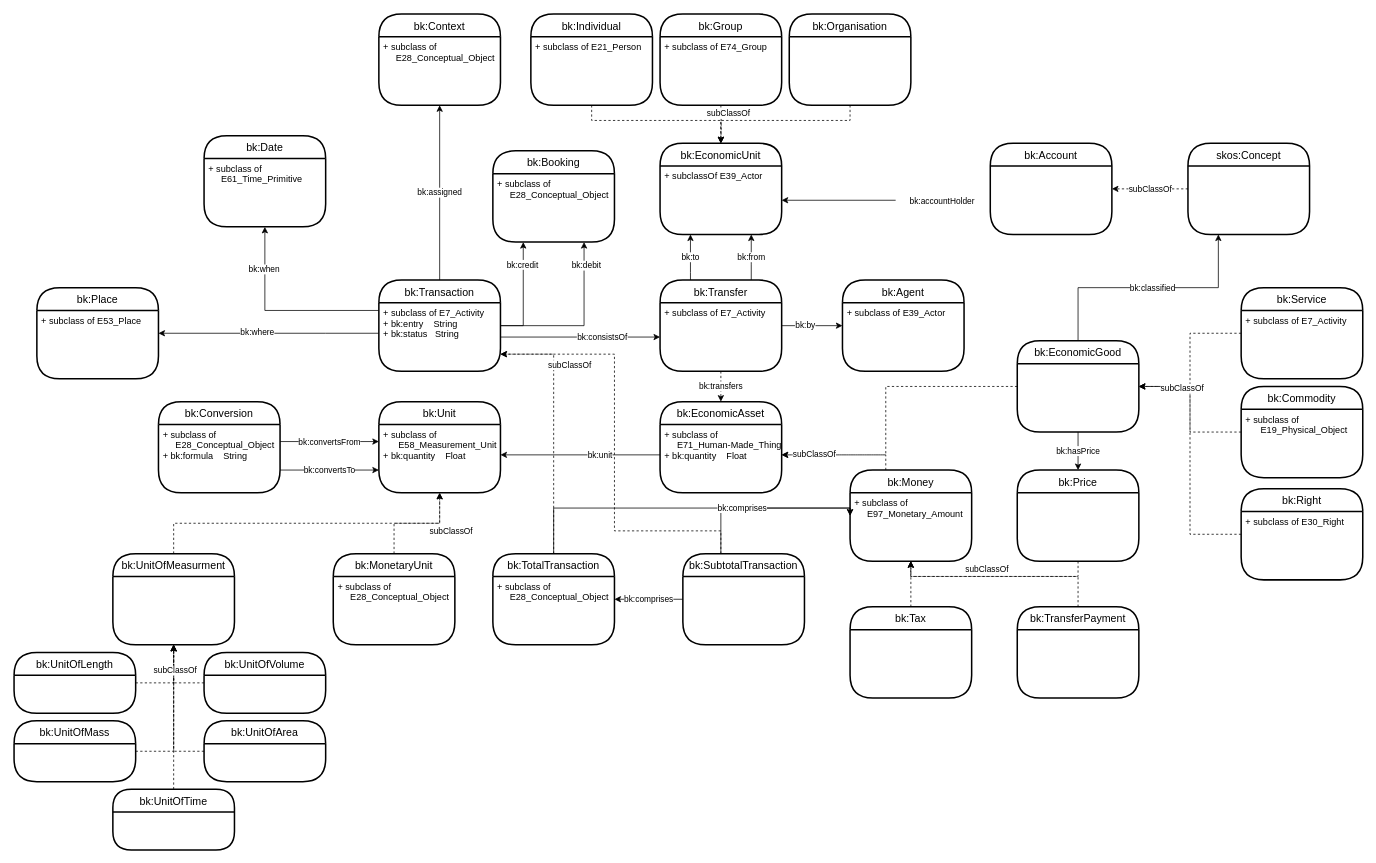
Above: Ontology/version_1.2/bookkeeping_ontology_v1.2.drawio.xml in MEDEAEditions/DEPCHA (draw.io), before the change. Source tidied: cells renumbered, new cells numbered last; positions are measured from the earlier drawing's top-left corner, leaving out a move shared by most shapes. Both pictures are drawn from the tidied source at 76%, with x=0, y=0 at pixel (14, 14).
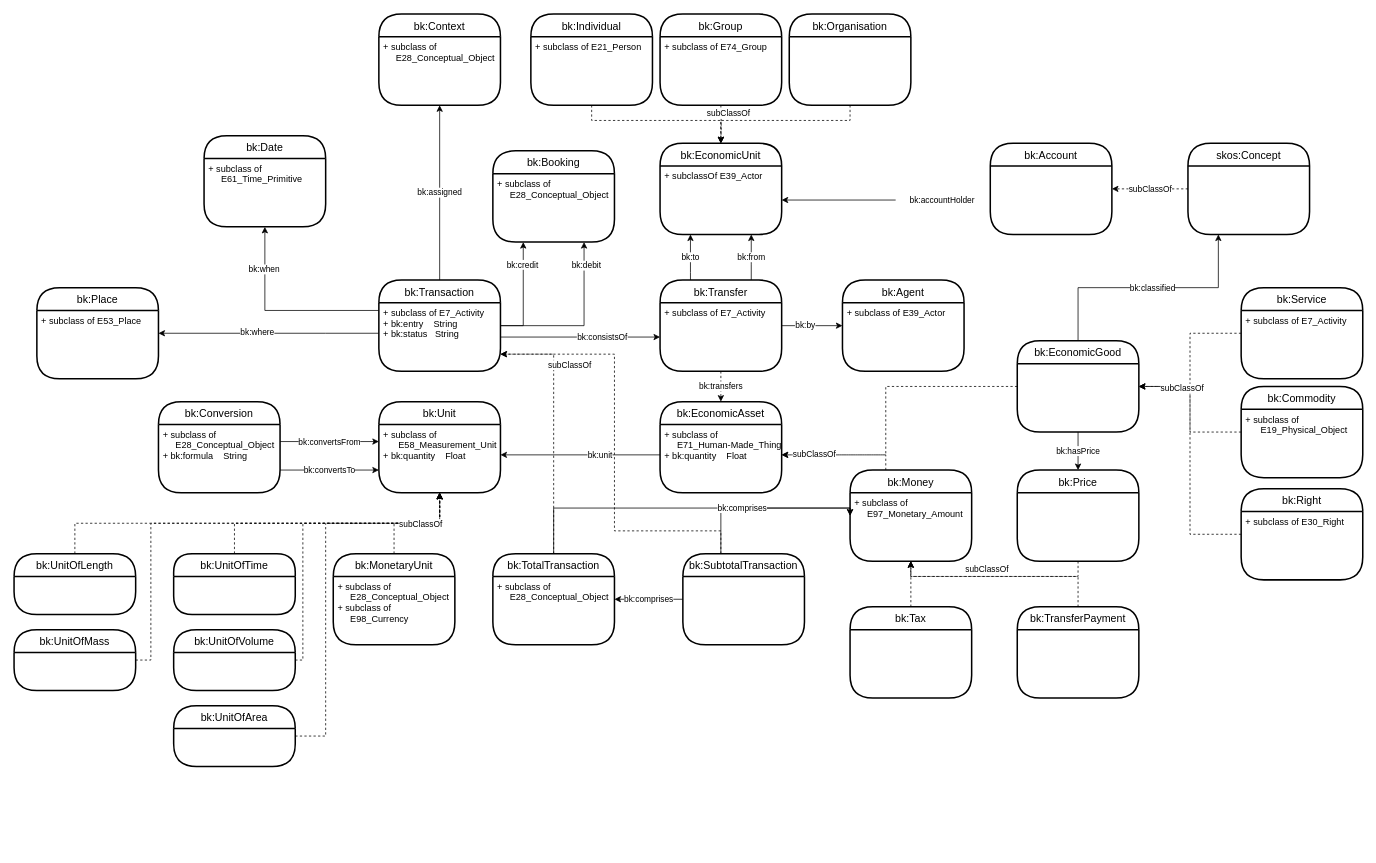
After the change.

The change refers to these unchanged cells:
```xml
<mxCell id="46" value="+ subclass of &#10;      E58_Measurement_Unit&#10;+ bk:quantity    Float" style="align=left;strokeColor=none;fillColor=none;spacingLeft=4;fontSize=12;verticalAlign=top;" parent="45" vertex="1">
  <mxGeometry y="30" width="160" height="90" as="geometry" />
</mxCell>
<mxCell id="53" style="edgeStyle=orthogonalEdgeStyle;rounded=0;jettySize=auto;html=1;entryX=0.5;entryY=1;entryDx=0;entryDy=0;dashed=1;" parent="1" edge="1" source="55" target="46">
  <mxGeometry relative="1" as="geometry" />
</mxCell>
<mxCell id="55" value="bk:MonetaryUnit" style="swimlane;horizontal=1;startSize=30;rounded=1;fontSize=14;fontStyle=0;strokeWidth=2;shadow=0;dashed=0;align=center;arcSize=50;" parent="1" vertex="1">
  <mxGeometry x="420" y="710" width="160" height="120" as="geometry" />
</mxCell>
```

Change to the diagram source:
```diff
@@
     <mxCell id="27" style="edgeStyle=orthogonalEdgeStyle;rounded=0;orthogonalLoop=1;jettySize=auto;html=1;entryX=1;entryY=0.5;entryDx=0;entryDy=0;" parent="1" edge="1">
       <mxGeometry relative="1" as="geometry">
-        <mxPoint x="1160" y="245" as="sourcePoint" />
-        <mxPoint x="1010" y="245" as="targetPoint" />
+        <mxPoint x="1160" y="244.7" as="sourcePoint" />
+        <mxPoint x="1010" y="244.7" as="targetPoint" />
       </mxGeometry>
     </mxCell>
@@
-    <mxCell id="54" value="subClassOf" style="edgeLabel;html=1;align=center;verticalAlign=middle;" parent="53" vertex="1">
-      <mxGeometry x="0.44" y="1" relative="1" as="geometry">
-        <mxPoint x="15" y="11" as="offset" />
-      </mxGeometry>
-    </mxCell>
@@
-    <mxCell id="56" value="+ subclass of &#10;     E28_Conceptual_Object" style="text;strokeColor=none;fillColor=none;spacingLeft=4;spacingRight=4;overflow=hidden;fontSize=12;" parent="55" vertex="1">
+    <mxCell id="56" value="+ subclass of &#10;     E28_Conceptual_Object&#10;+ subclass of &#10;      E98_Currency" style="text;strokeColor=none;fillColor=none;spacingLeft=4;spacingRight=4;overflow=hidden;fontSize=12;" parent="55" vertex="1">
       <mxGeometry y="30" width="160" height="90" as="geometry" />
     </mxCell>
-    <mxCell id="57" style="edgeStyle=orthogonalEdgeStyle;rounded=0;jettySize=auto;html=1;entryX=0.5;entryY=1;entryDx=0;entryDy=0;dashed=1;" parent="1" edge="1" source="58" target="46">
+    <mxCell id="57" style="edgeStyle=orthogonalEdgeStyle;rounded=0;jettySize=auto;html=1;entryX=0.5;entryY=1;entryDx=0;entryDy=0;dashed=1;exitX=0.5;exitY=0;exitDx=0;exitDy=0;" parent="1" edge="1" source="64" target="46">
       <mxGeometry relative="1" as="geometry">
         <Array as="points">
-          <mxPoint x="210" y="670" />
+          <mxPoint x="290" y="670" />
           <mxPoint x="560" y="670" />
         </Array>
       </mxGeometry>
     </mxCell>
-    <mxCell id="58" value="bk:UnitOfMeasurment" style="swimlane;horizontal=1;startSize=30;rounded=1;fontSize=14;fontStyle=0;strokeWidth=2;shadow=0;dashed=0;align=center;arcSize=50;" parent="1" vertex="1">
-      <mxGeometry x="130" y="710" width="160" height="120" as="geometry" />
-    </mxCell>
-    <mxCell id="59" style="edgeStyle=orthogonalEdgeStyle;rounded=0;jettySize=auto;html=1;entryX=0.5;entryY=1;entryDx=0;entryDy=0;dashed=1;exitX=1;exitY=0.5;exitDx=0;exitDy=0;" parent="1" edge="1" source="60" target="58">
-      <mxGeometry relative="1" as="geometry" />
+    <mxCell id="59" style="edgeStyle=orthogonalEdgeStyle;rounded=0;jettySize=auto;html=1;dashed=1;exitX=0.5;exitY=0;exitDx=0;exitDy=0;" parent="1" edge="1" source="60">
+      <mxGeometry relative="1" as="geometry">
+        <mxPoint x="560" y="630" as="targetPoint" />
+        <Array as="points">
+          <mxPoint x="80" y="670" />
+          <mxPoint x="560" y="670" />
+        </Array>
+      </mxGeometry>
     </mxCell>
     <mxCell id="60" value="bk:UnitOfLength" style="swimlane;horizontal=1;startSize=30;rounded=1;fontSize=14;fontStyle=0;strokeWidth=2;shadow=0;dashed=0;align=center;arcSize=50;" parent="1" vertex="1">
-      <mxGeometry y="840" width="160" height="80" as="geometry" />
+      <mxGeometry y="710" width="160" height="80" as="geometry" />
     </mxCell>
-    <mxCell id="61" style="edgeStyle=orthogonalEdgeStyle;rounded=0;jettySize=auto;html=1;entryX=0.5;entryY=1;entryDx=0;entryDy=0;dashed=1;" parent="1" edge="1" source="62" target="58">
+    <mxCell id="61" style="edgeStyle=orthogonalEdgeStyle;rounded=0;jettySize=auto;html=1;dashed=1;" parent="1" edge="1" source="62">
       <mxGeometry relative="1" as="geometry">
+        <mxPoint x="560" y="630" as="targetPoint" />
         <Array as="points">
-          <mxPoint x="210" y="970" />
+          <mxPoint x="180" y="850" />
+          <mxPoint x="180" y="670" />
+          <mxPoint x="560" y="670" />
         </Array>
       </mxGeometry>
     </mxCell>
     <mxCell id="62" value="bk:UnitOfMass" style="swimlane;horizontal=1;startSize=30;rounded=1;fontSize=14;fontStyle=0;strokeWidth=2;shadow=0;dashed=0;align=center;arcSize=50;" parent="1" vertex="1">
-      <mxGeometry y="930" width="160" height="80" as="geometry" />
+      <mxGeometry y="810" width="160" height="80" as="geometry" />
     </mxCell>
-    <mxCell id="63" style="edgeStyle=orthogonalEdgeStyle;rounded=0;jettySize=auto;html=1;entryX=0.5;entryY=1;entryDx=0;entryDy=0;dashed=1;" parent="1" edge="1" source="64" target="58">
-      <mxGeometry relative="1" as="geometry" />
-    </mxCell>
     <mxCell id="64" value="bk:UnitOfTime" style="swimlane;horizontal=1;startSize=30;rounded=1;fontSize=14;fontStyle=0;strokeWidth=2;shadow=0;dashed=0;align=center;arcSize=27;" parent="1" vertex="1">
-      <mxGeometry x="130" y="1020" width="160" height="80" as="geometry" />
+      <mxGeometry x="210" y="710" width="160" height="80" as="geometry" />
     </mxCell>
-    <mxCell id="65" style="edgeStyle=orthogonalEdgeStyle;rounded=0;jettySize=auto;html=1;entryX=0.5;entryY=1;entryDx=0;entryDy=0;dashed=1;exitX=0;exitY=0.5;exitDx=0;exitDy=0;" parent="1" edge="1" source="66" target="58">
-      <mxGeometry relative="1" as="geometry" />
-    </mxCell>
+    <mxCell id="109" style="edgeStyle=orthogonalEdgeStyle;rounded=0;jettySize=auto;html=1;endArrow=classic;endFill=1;dashed=1;" parent="1" edge="1" source="66">
+      <mxGeometry relative="1" as="geometry">
+        <mxPoint x="560" y="630" as="targetPoint" />
+        <Array as="points">
+          <mxPoint x="380" y="850" />
+          <mxPoint x="380" y="670" />
+          <mxPoint x="560" y="670" />
+        </Array>
+      </mxGeometry>
+    </mxCell>
     <mxCell id="66" value="bk:UnitOfVolume" style="swimlane;horizontal=1;startSize=30;rounded=1;fontSize=14;fontStyle=0;strokeWidth=2;shadow=0;dashed=0;align=center;arcSize=50;" parent="1" vertex="1">
-      <mxGeometry x="250" y="840" width="160" height="80" as="geometry" />
+      <mxGeometry x="210" y="810" width="160" height="80" as="geometry" />
     </mxCell>
-    <mxCell id="67" style="edgeStyle=orthogonalEdgeStyle;rounded=0;jettySize=auto;html=1;entryX=0.5;entryY=1;entryDx=0;entryDy=0;dashed=1;" parent="1" edge="1" source="69" target="58">
+    <mxCell id="67" style="edgeStyle=orthogonalEdgeStyle;rounded=0;jettySize=auto;html=1;dashed=1;" parent="1" edge="1" source="69">
       <mxGeometry relative="1" as="geometry">
+        <mxPoint x="560" y="630" as="targetPoint" />
         <Array as="points">
-          <mxPoint x="210" y="970" />
+          <mxPoint x="410" y="950" />
+          <mxPoint x="410" y="670" />
+          <mxPoint x="560" y="670" />
         </Array>
       </mxGeometry>
     </mxCell>
     <mxCell id="68" value="subClassOf" style="edgeLabel;html=1;align=center;verticalAlign=middle;" parent="67" vertex="1">
-      <mxGeometry x="0.63" y="-1" relative="1" as="geometry" />
+      <mxGeometry x="0.63" y="-1" relative="1" as="geometry">
+        <mxPoint x="28" y="-1" as="offset" />
+      </mxGeometry>
     </mxCell>
     <mxCell id="69" value="bk:UnitOfArea" style="swimlane;horizontal=1;startSize=30;rounded=1;fontSize=14;fontStyle=0;strokeWidth=2;shadow=0;dashed=0;align=center;arcSize=50;" parent="1" vertex="1">
-      <mxGeometry x="250" y="930" width="160" height="80" as="geometry" />
+      <mxGeometry x="210" y="910" width="160" height="80" as="geometry" />
     </mxCell>
```
